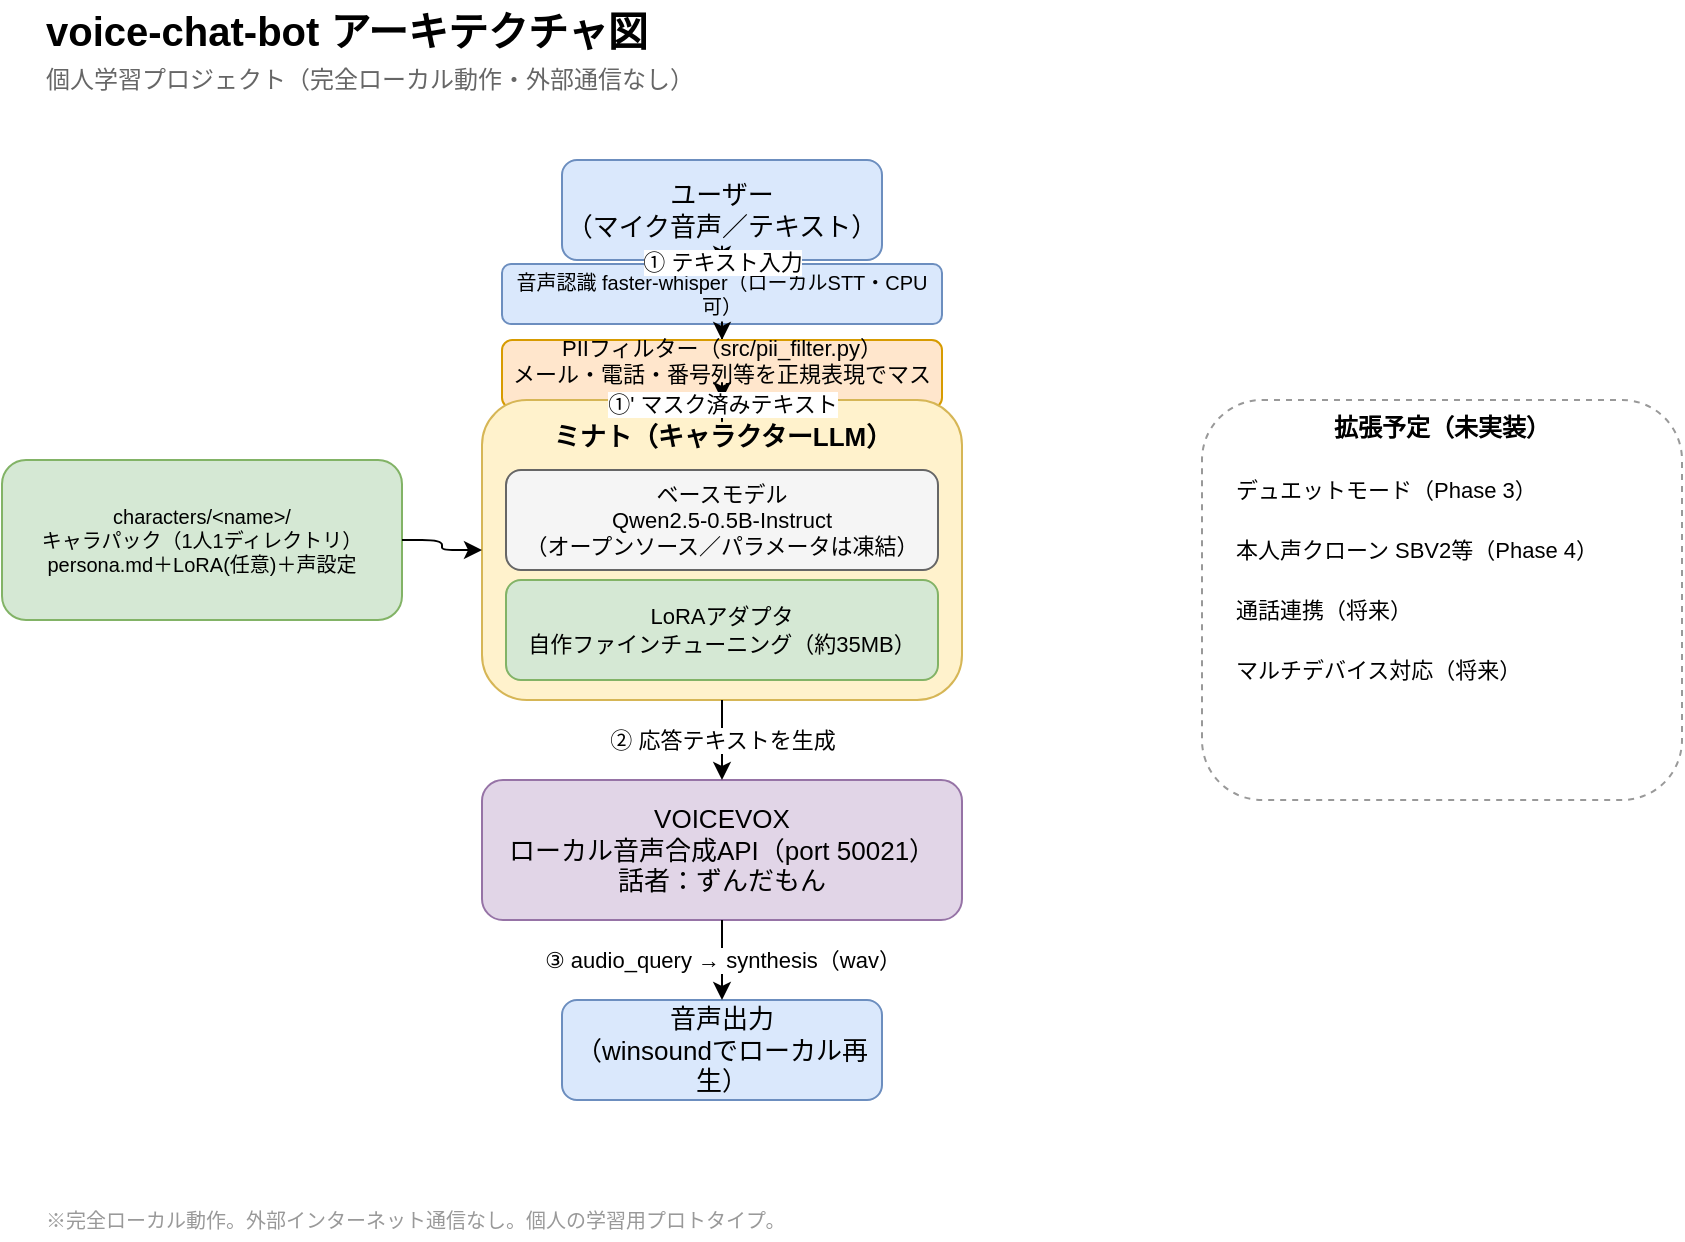
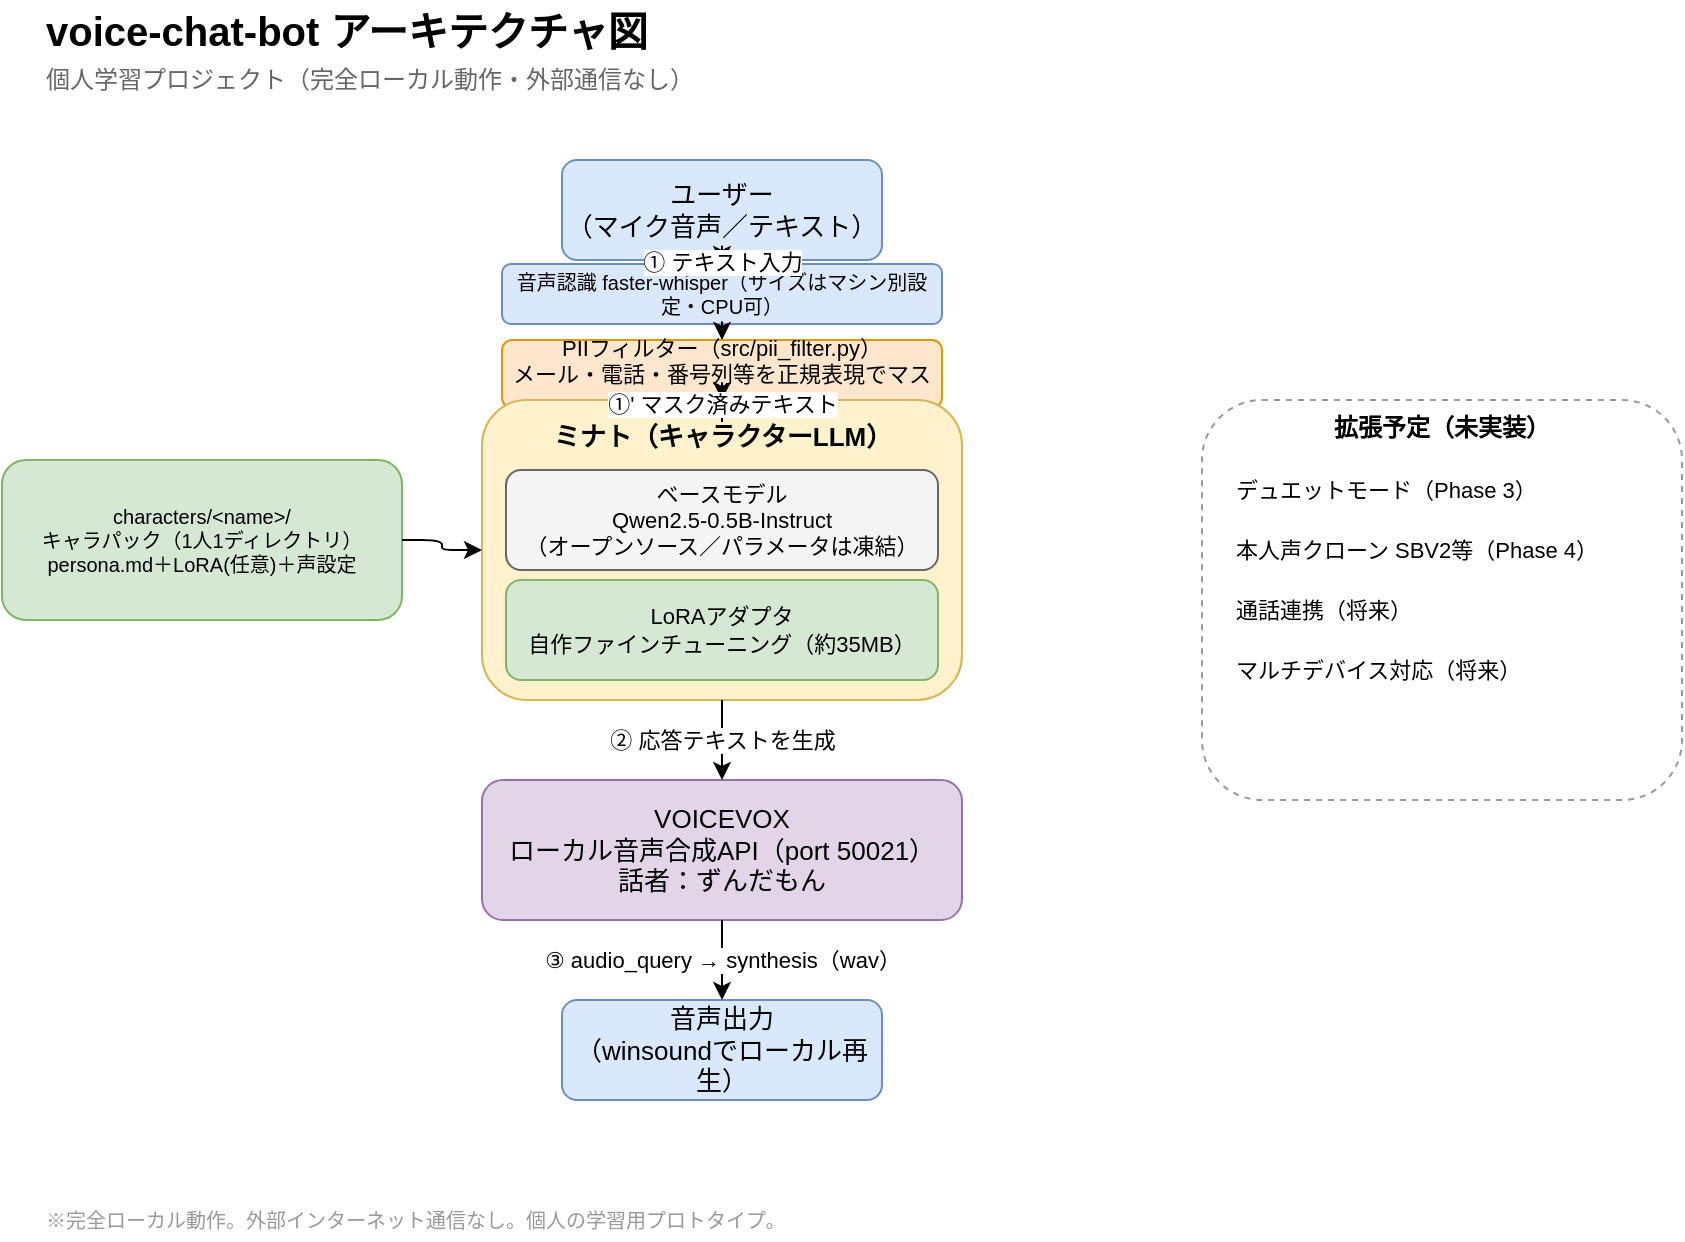
<?xml version="1.0" encoding="UTF-8"?>
<mxfile host="app.diagrams.net">
  <diagram id="minato-architecture" name="ミナト アーキテクチャ">
    <mxGraphModel dx="800" dy="600" grid="1" gridSize="10" guides="1" tooltips="1" connect="1" arrows="1" fold="1" page="1" pageScale="1" pageWidth="900" pageHeight="700" math="0" shadow="0">
      <root>
        <mxCell id="0" />
        <mxCell id="1" parent="0" />

        <!-- Title -->
        <mxCell id="title" value="voice-chat-bot アーキテクチャ図" style="text;html=1;fontSize=20;fontStyle=1;align=left;verticalAlign=middle;" vertex="1" parent="1">
          <mxGeometry x="40" y="20" width="600" height="30" as="geometry" />
        </mxCell>
        <mxCell id="subtitle" value="個人学習プロジェクト（完全ローカル動作・外部通信なし）" style="text;html=1;fontSize=12;fontColor=#666666;align=left;verticalAlign=middle;" vertex="1" parent="1">
          <mxGeometry x="40" y="50" width="600" height="20" as="geometry" />
        </mxCell>

        <!-- User -->
        <mxCell id="user" value="ユーザー&lt;br&gt;（マイク音声／テキスト）" style="rounded=1;whiteSpace=wrap;html=1;fillColor=#DAE8FC;strokeColor=#6C8EBF;fontSize=13;" vertex="1" parent="1">
          <mxGeometry x="300" y="100" width="160" height="50" as="geometry" />
        </mxCell>

        <!-- STT -->
-         <mxCell id="sttBox" value="音声認識 faster-whisper（ローカルSTT・CPU可）" style="rounded=1;whiteSpace=wrap;html=1;fillColor=#DAE8FC;strokeColor=#6C8EBF;fontSize=10;" vertex="1" parent="1">
+         <mxCell id="sttBox" value="音声認識 faster-whisper（サイズはマシン別設定・CPU可）" style="rounded=1;whiteSpace=wrap;html=1;fillColor=#DAE8FC;strokeColor=#6C8EBF;fontSize=10;" vertex="1" parent="1">
          <mxGeometry x="270" y="152" width="220" height="30" as="geometry" />
        </mxCell>
        <mxCell id="eStt" style="edgeStyle=orthogonalEdgeStyle;html=1;" edge="1" parent="1" source="sttBox" target="piiFilter">
          <mxGeometry relative="1" as="geometry" />
        </mxCell>

        <!-- PII filter (guardrail) -->
        <mxCell id="piiFilter" value="PIIフィルター（src/pii_filter.py）&lt;br&gt;メール・電話・番号列等を正規表現でマスク" style="rounded=1;whiteSpace=wrap;html=1;fillColor=#FFE6CC;strokeColor=#D79B00;fontSize=11;" vertex="1" parent="1">
          <mxGeometry x="270" y="190" width="220" height="34" as="geometry" />
        </mxCell>

        <!-- LLM container box (background) -->
        <mxCell id="llmBox" value="" style="rounded=1;whiteSpace=wrap;html=1;fillColor=#FFF2CC;strokeColor=#D6B656;verticalAlign=top;" vertex="1" parent="1">
          <mxGeometry x="260" y="220" width="240" height="150" as="geometry" />
        </mxCell>
        <mxCell id="llmTitle" value="ミナト（キャラクターLLM）" style="text;html=1;fontSize=13;fontStyle=1;align=center;verticalAlign=middle;" vertex="1" parent="1">
          <mxGeometry x="260" y="228" width="240" height="20" as="geometry" />
        </mxCell>
        <mxCell id="baseModel" value="ベースモデル&lt;br&gt;Qwen2.5-0.5B-Instruct&lt;br&gt;（オープンソース／パラメータは凍結）" style="rounded=1;whiteSpace=wrap;html=1;fillColor=#F5F5F5;strokeColor=#666666;fontSize=11;" vertex="1" parent="1">
          <mxGeometry x="272" y="255" width="216" height="50" as="geometry" />
        </mxCell>
        <mxCell id="loraModel" value="LoRAアダプタ&lt;br&gt;自作ファインチューニング（約35MB）" style="rounded=1;whiteSpace=wrap;html=1;fillColor=#D5E8D4;strokeColor=#82B366;fontSize=11;" vertex="1" parent="1">
          <mxGeometry x="272" y="310" width="216" height="50" as="geometry" />
        </mxCell>

        <!-- Character packs -->
        <mxCell id="charPacks" value="characters/&amp;lt;name&amp;gt;/&lt;br&gt;キャラパック（1人1ディレクトリ）&lt;br&gt;persona.md＋LoRA(任意)＋声設定" style="rounded=1;whiteSpace=wrap;html=1;fillColor=#D5E8D4;strokeColor=#82B366;fontSize=10;" vertex="1" parent="1">
          <mxGeometry x="20" y="250" width="200" height="80" as="geometry" />
        </mxCell>
        <mxCell id="eCharPacks" style="edgeStyle=orthogonalEdgeStyle;html=1;" edge="1" parent="1" source="charPacks" target="llmBox">
          <mxGeometry relative="1" as="geometry" />
        </mxCell>

        <!-- VOICEVOX -->
        <mxCell id="voicevox" value="VOICEVOX&lt;br&gt;ローカル音声合成API（port 50021）&lt;br&gt;話者：ずんだもん" style="rounded=1;whiteSpace=wrap;html=1;fillColor=#E1D5E7;strokeColor=#9673A6;fontSize=13;" vertex="1" parent="1">
          <mxGeometry x="260" y="410" width="240" height="70" as="geometry" />
        </mxCell>

        <!-- Output -->
        <mxCell id="output" value="音声出力&lt;br&gt;（winsoundでローカル再生）" style="rounded=1;whiteSpace=wrap;html=1;fillColor=#DAE8FC;strokeColor=#6C8EBF;fontSize=13;" vertex="1" parent="1">
          <mxGeometry x="300" y="520" width="160" height="50" as="geometry" />
        </mxCell>

        <!-- Edges -->
        <mxCell id="e1" value="① テキスト入力" style="edgeStyle=orthogonalEdgeStyle;html=1;fontSize=11;" edge="1" parent="1" source="user" target="sttBox">
          <mxGeometry relative="1" as="geometry" />
        </mxCell>
        <mxCell id="e1b" value="①&#39; マスク済みテキスト" style="edgeStyle=orthogonalEdgeStyle;html=1;fontSize=11;" edge="1" parent="1" source="piiFilter" target="llmBox">
          <mxGeometry relative="1" as="geometry" />
        </mxCell>
        <mxCell id="e2" value="② 応答テキストを生成" style="edgeStyle=orthogonalEdgeStyle;html=1;fontSize=11;" edge="1" parent="1" source="llmBox" target="voicevox">
          <mxGeometry relative="1" as="geometry" />
        </mxCell>
        <mxCell id="e3" value="③ audio_query → synthesis（wav）" style="edgeStyle=orthogonalEdgeStyle;html=1;fontSize=11;" edge="1" parent="1" source="voicevox" target="output">
          <mxGeometry relative="1" as="geometry" />
        </mxCell>

        <!-- Future expansion box -->
        <mxCell id="futureBox" value="拡張予定（未実装）" style="rounded=1;whiteSpace=wrap;html=1;dashed=1;fillColor=none;strokeColor=#999999;verticalAlign=top;fontStyle=1;fontSize=12;align=center;" vertex="1" parent="1">
          <mxGeometry x="620" y="220" width="240" height="200" as="geometry" />
        </mxCell>
        <mxCell id="future1" value="デュエットモード（Phase 3）" style="text;html=1;fontSize=11;align=left;verticalAlign=middle;" vertex="1" parent="1">
          <mxGeometry x="635" y="255" width="210" height="20" as="geometry" />
        </mxCell>
        <mxCell id="future2" value="本人声クローン SBV2等（Phase 4）" style="text;html=1;fontSize=11;align=left;verticalAlign=middle;" vertex="1" parent="1">
          <mxGeometry x="635" y="285" width="210" height="20" as="geometry" />
        </mxCell>
        <mxCell id="future3" value="通話連携（将来）" style="text;html=1;fontSize=11;align=left;verticalAlign=middle;" vertex="1" parent="1">
          <mxGeometry x="635" y="315" width="210" height="20" as="geometry" />
        </mxCell>
        <mxCell id="future4" value="マルチデバイス対応（将来）" style="text;html=1;fontSize=11;align=left;verticalAlign=middle;" vertex="1" parent="1">
          <mxGeometry x="635" y="345" width="210" height="20" as="geometry" />
        </mxCell>

        <!-- Footer -->
        <mxCell id="footer" value="※完全ローカル動作。外部インターネット通信なし。個人の学習用プロトタイプ。" style="text;html=1;fontSize=10;fontColor=#999999;align=left;verticalAlign=middle;" vertex="1" parent="1">
          <mxGeometry x="40" y="620" width="600" height="20" as="geometry" />
        </mxCell>

      </root>
    </mxGraphModel>
  </diagram>
</mxfile>
